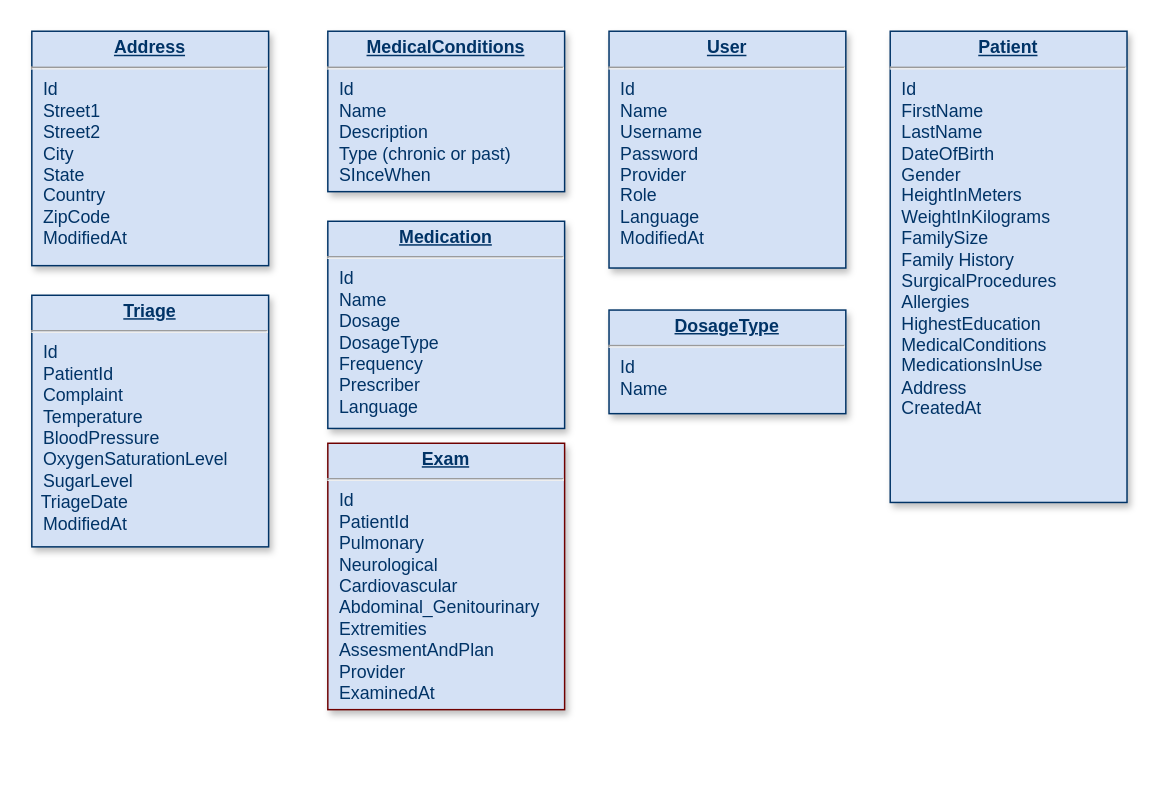
Above: AnnPrepareLavni.drawio in RicardoDeGenova/AnnPrepareLavni (draw.io), before the change. Source tidied: cells renumbered, new cells numbered last; positions are measured from the earlier drawing's top-left corner, leaving out a move shared by most shapes. Both pictures are drawn from the tidied source at 148%, with x=0, y=0 at pixel (31, 31).
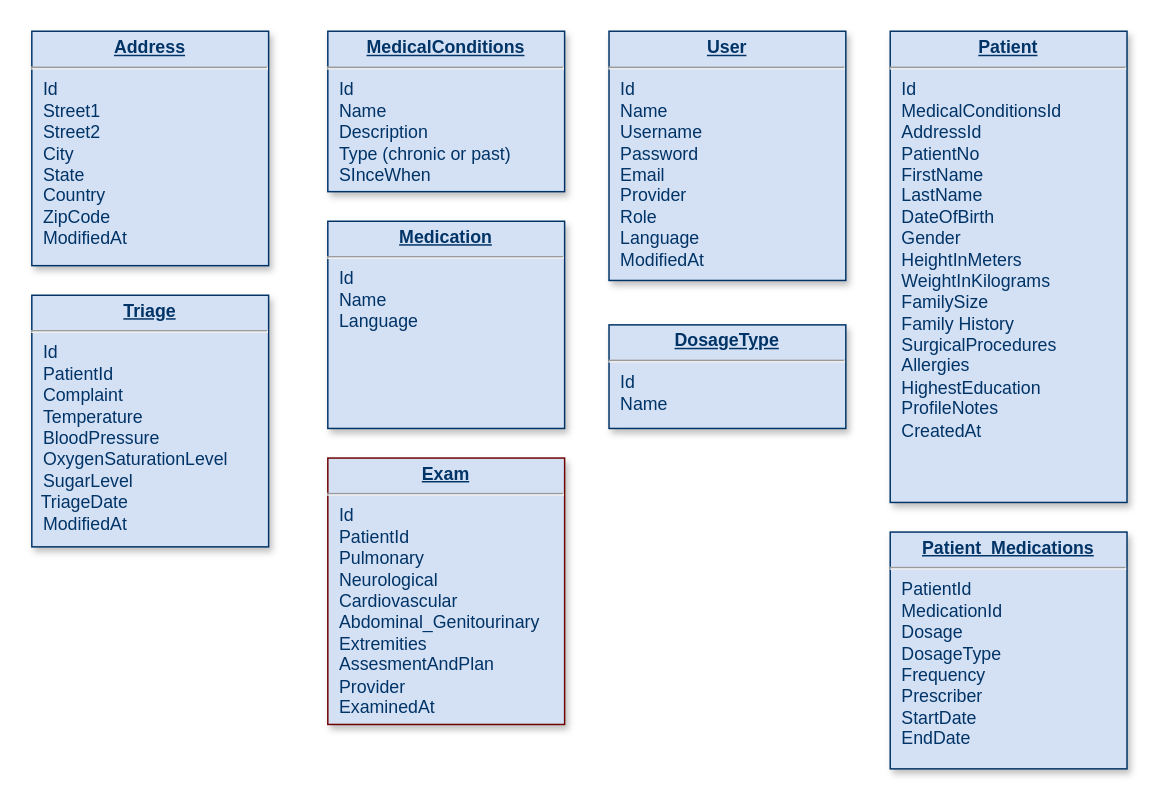
After the change.

Commit message (it also covers changes not shown here):
APL-9 add tables

The edit, as a diff of the source:
```diff
@@
 <mxGraphModel>
   <root>
     <mxCell id="0" />
     <mxCell id="1" parent="0" />
     <mxCell id="2" value="&lt;p style=&quot;margin: 4px 0px 0px; text-align: center;&quot;&gt;&lt;b&gt;&lt;u&gt;Address&lt;/u&gt;&lt;/b&gt;&lt;br&gt;&lt;/p&gt;&lt;hr&gt;&lt;p style=&quot;margin: 0px; margin-left: 8px;&quot;&gt;Id&lt;/p&gt;&lt;p style=&quot;margin: 0px; margin-left: 8px;&quot;&gt;Street1&lt;/p&gt;&lt;p style=&quot;margin: 0px; margin-left: 8px;&quot;&gt;Street2&lt;br&gt;&lt;/p&gt;&lt;p style=&quot;margin: 0px; margin-left: 8px;&quot;&gt;City&lt;/p&gt;&lt;p style=&quot;margin: 0px; margin-left: 8px;&quot;&gt;State&lt;/p&gt;&lt;p style=&quot;margin: 0px; margin-left: 8px;&quot;&gt;Country&lt;/p&gt;&lt;p style=&quot;margin: 0px; margin-left: 8px;&quot;&gt;ZipCode&lt;/p&gt;&lt;p style=&quot;margin: 0px; margin-left: 8px;&quot;&gt;ModifiedAt&lt;/p&gt;" style="verticalAlign=top;align=left;overflow=fill;fontSize=12;fontFamily=Helvetica;html=1;strokeColor=#003366;shadow=1;fillColor=#D4E1F5;fontColor=#003366;" parent="1" vertex="1">
       <mxGeometry y="-0.4" width="160" height="158.4" as="geometry" />
     </mxCell>
     <mxCell id="3" value="&lt;p style=&quot;margin: 4px 0px 0px; text-align: center;&quot;&gt;&lt;font color=&quot;#003366&quot;&gt;&lt;b&gt;&lt;u&gt;Exam&lt;/u&gt;&lt;/b&gt;&lt;br&gt;&lt;/font&gt;&lt;/p&gt;&lt;hr&gt;&lt;p style=&quot;margin: 0px; margin-left: 8px;&quot;&gt;&lt;span style=&quot;background-color: initial; color: rgb(0, 51, 102);&quot;&gt;Id&lt;/span&gt;&lt;/p&gt;&lt;p style=&quot;margin: 0px; margin-left: 8px;&quot;&gt;&lt;span style=&quot;background-color: initial; color: rgb(0, 51, 102);&quot;&gt;PatientId&lt;br&gt;Pulmonary&lt;/span&gt;&lt;br&gt;&lt;/p&gt;&lt;p style=&quot;margin: 0px; margin-left: 8px;&quot;&gt;&lt;span style=&quot;color: rgb(0, 51, 102); background-color: initial;&quot;&gt;Neurological&lt;/span&gt;&lt;br&gt;&lt;/p&gt;&lt;p style=&quot;margin: 0px; margin-left: 8px;&quot;&gt;&lt;span style=&quot;color: rgb(0, 51, 102); background-color: initial;&quot;&gt;Cardiovascular&lt;/span&gt;&lt;br&gt;&lt;/p&gt;&lt;p style=&quot;margin: 0px; margin-left: 8px;&quot;&gt;&lt;span style=&quot;color: rgb(0, 51, 102); background-color: initial;&quot;&gt;Abdominal_Genitourinary&lt;/span&gt;&lt;br&gt;&lt;/p&gt;&lt;p style=&quot;margin: 0px; margin-left: 8px;&quot;&gt;&lt;span style=&quot;color: rgb(0, 51, 102); background-color: initial;&quot;&gt;Extremities&lt;/span&gt;&lt;br&gt;&lt;/p&gt;&lt;p style=&quot;margin: 0px; margin-left: 8px;&quot;&gt;&lt;span style=&quot;color: rgb(0, 51, 102); background-color: initial;&quot;&gt;AssesmentAndPlan&lt;/span&gt;&lt;/p&gt;&lt;p style=&quot;margin: 0px; margin-left: 8px;&quot;&gt;&lt;span style=&quot;color: rgb(0, 51, 102); background-color: initial;&quot;&gt;Provider&lt;/span&gt;&lt;br&gt;&lt;/p&gt;&lt;p style=&quot;margin: 0px; margin-left: 8px;&quot;&gt;&lt;span style=&quot;color: rgb(0, 51, 102); background-color: initial;&quot;&gt;ExaminedAt&lt;/span&gt;&lt;br&gt;&lt;/p&gt;" style="verticalAlign=top;align=left;overflow=fill;fontSize=12;fontFamily=Helvetica;html=1;strokeColor=#6F0000;shadow=1;fillColor=#D4E1F5;fontColor=#ffffff;" parent="1" vertex="1">
-      <mxGeometry x="200" y="278" width="160" height="180" as="geometry" />
+      <mxGeometry x="200" y="288" width="160" height="180" as="geometry" />
     </mxCell>
     <mxCell id="4" value="&lt;p style=&quot;margin: 4px 0px 0px; text-align: center;&quot;&gt;&lt;b&gt;&lt;u&gt;MedicalConditions&lt;/u&gt;&lt;/b&gt;&lt;br&gt;&lt;/p&gt;&lt;hr&gt;&lt;p style=&quot;margin: 0px; margin-left: 8px;&quot;&gt;Id&lt;/p&gt;&lt;p style=&quot;margin: 0px; margin-left: 8px;&quot;&gt;Name&lt;/p&gt;&lt;p style=&quot;margin: 0px; margin-left: 8px;&quot;&gt;Description&lt;/p&gt;&lt;p style=&quot;margin: 0px; margin-left: 8px;&quot;&gt;Type (chronic or past)&lt;/p&gt;&lt;p style=&quot;margin: 0px; margin-left: 8px;&quot;&gt;SInceWhen&lt;/p&gt;" style="verticalAlign=top;align=left;overflow=fill;fontSize=12;fontFamily=Helvetica;html=1;strokeColor=#003366;shadow=1;fillColor=#D4E1F5;fontColor=#003366;" parent="1" vertex="1">
       <mxGeometry x="200" y="-0.4" width="160" height="108.4" as="geometry" />
     </mxCell>
-    <mxCell id="5" value="&lt;p style=&quot;margin: 4px 0px 0px; text-align: center;&quot;&gt;&lt;b&gt;&lt;u&gt;Medication&lt;/u&gt;&lt;/b&gt;&lt;br&gt;&lt;/p&gt;&lt;hr&gt;&lt;p style=&quot;margin: 0px; margin-left: 8px;&quot;&gt;Id&lt;/p&gt;&lt;p style=&quot;margin: 0px; margin-left: 8px;&quot;&gt;Name&lt;/p&gt;&lt;p style=&quot;margin: 0px; margin-left: 8px;&quot;&gt;Dosage&lt;/p&gt;&lt;p style=&quot;margin: 0px; margin-left: 8px;&quot;&gt;DosageType&lt;/p&gt;&lt;p style=&quot;margin: 0px; margin-left: 8px;&quot;&gt;Frequency&lt;/p&gt;&lt;p style=&quot;margin: 0px; margin-left: 8px;&quot;&gt;Prescriber&lt;/p&gt;&lt;p style=&quot;margin: 0px; margin-left: 8px;&quot;&gt;Language&lt;/p&gt;&lt;p style=&quot;margin: 0px; margin-left: 8px;&quot;&gt;&lt;br&gt;&lt;/p&gt;&lt;p style=&quot;margin: 0px; margin-left: 8px;&quot;&gt;&lt;br&gt;&lt;/p&gt;&lt;p style=&quot;margin: 0px; margin-left: 8px;&quot;&gt;&lt;br&gt;&lt;/p&gt;" style="verticalAlign=top;align=left;overflow=fill;fontSize=12;fontFamily=Helvetica;html=1;strokeColor=#003366;shadow=1;fillColor=#D4E1F5;fontColor=#003366;" parent="1" vertex="1">
+    <mxCell id="5" value="&lt;p style=&quot;margin: 4px 0px 0px; text-align: center;&quot;&gt;&lt;b&gt;&lt;u&gt;Medication&lt;/u&gt;&lt;/b&gt;&lt;br&gt;&lt;/p&gt;&lt;hr&gt;&lt;p style=&quot;margin: 0px; margin-left: 8px;&quot;&gt;Id&lt;/p&gt;&lt;p style=&quot;margin: 0px; margin-left: 8px;&quot;&gt;Name&lt;/p&gt;&lt;p style=&quot;margin: 0px; margin-left: 8px;&quot;&gt;Language&lt;/p&gt;&lt;p style=&quot;margin: 0px; margin-left: 8px;&quot;&gt;&lt;br&gt;&lt;/p&gt;&lt;p style=&quot;margin: 0px; margin-left: 8px;&quot;&gt;&lt;br&gt;&lt;/p&gt;&lt;p style=&quot;margin: 0px; margin-left: 8px;&quot;&gt;&lt;br&gt;&lt;/p&gt;" style="verticalAlign=top;align=left;overflow=fill;fontSize=12;fontFamily=Helvetica;html=1;strokeColor=#003366;shadow=1;fillColor=#D4E1F5;fontColor=#003366;" parent="1" vertex="1">
       <mxGeometry x="200" y="128" width="160" height="140" as="geometry" />
     </mxCell>
     <mxCell id="6" value="&lt;p style=&quot;margin: 4px 0px 0px; text-align: center;&quot;&gt;&lt;b&gt;&lt;u&gt;DosageType&lt;/u&gt;&lt;/b&gt;&lt;br&gt;&lt;/p&gt;&lt;hr&gt;&lt;p style=&quot;margin: 0px; margin-left: 8px;&quot;&gt;Id&lt;/p&gt;&lt;p style=&quot;margin: 0px; margin-left: 8px;&quot;&gt;Name&lt;/p&gt;" style="verticalAlign=top;align=left;overflow=fill;fontSize=12;fontFamily=Helvetica;html=1;strokeColor=#003366;shadow=1;fillColor=#D4E1F5;fontColor=#003366;" parent="1" vertex="1">
-      <mxGeometry x="390" y="188" width="160" height="70" as="geometry" />
+      <mxGeometry x="390" y="198" width="160" height="70" as="geometry" />
     </mxCell>
-    <mxCell id="7" value="&lt;p style=&quot;margin: 4px 0px 0px; text-align: center;&quot;&gt;&lt;b&gt;&lt;u&gt;Patient&lt;/u&gt;&lt;/b&gt;&lt;br&gt;&lt;/p&gt;&lt;hr&gt;&lt;p style=&quot;margin: 0px; margin-left: 8px;&quot;&gt;Id&lt;/p&gt;&lt;p style=&quot;margin: 0px; margin-left: 8px;&quot;&gt;FirstName&lt;/p&gt;&lt;p style=&quot;margin: 0px; margin-left: 8px;&quot;&gt;LastName&lt;/p&gt;&lt;p style=&quot;margin: 0px; margin-left: 8px;&quot;&gt;DateOfBirth&lt;/p&gt;&lt;p style=&quot;margin: 0px; margin-left: 8px;&quot;&gt;Gender&lt;/p&gt;&lt;p style=&quot;margin: 0px; margin-left: 8px;&quot;&gt;HeightInMeters&lt;/p&gt;&lt;p style=&quot;margin: 0px; margin-left: 8px;&quot;&gt;WeightInKilograms&lt;/p&gt;&lt;p style=&quot;margin: 0px; margin-left: 8px;&quot;&gt;FamilySize&lt;/p&gt;&lt;p style=&quot;margin: 0px; margin-left: 8px;&quot;&gt;Family History&lt;/p&gt;&lt;p style=&quot;margin: 0px; margin-left: 8px;&quot;&gt;SurgicalProcedures&lt;/p&gt;&lt;p style=&quot;margin: 0px; margin-left: 8px;&quot;&gt;Allergies&lt;/p&gt;&lt;p style=&quot;margin: 0px; margin-left: 8px;&quot;&gt;HighestEducation&lt;/p&gt;&lt;p style=&quot;margin: 0px; margin-left: 8px;&quot;&gt;MedicalConditions&lt;/p&gt;&lt;p style=&quot;margin: 0px; margin-left: 8px;&quot;&gt;&lt;span style=&quot;background-color: initial;&quot;&gt;MedicationsInUse&lt;/span&gt;&lt;br&gt;&lt;/p&gt;&lt;p style=&quot;margin: 0px; margin-left: 8px;&quot;&gt;Address&amp;nbsp;&lt;br&gt;&lt;/p&gt;&lt;p style=&quot;margin: 0px; margin-left: 8px;&quot;&gt;CreatedAt&amp;nbsp;&lt;/p&gt;" style="verticalAlign=top;align=left;overflow=fill;fontSize=12;fontFamily=Helvetica;html=1;strokeColor=#003366;shadow=1;fillColor=#D4E1F5;fontColor=#003366;" parent="1" vertex="1">
+    <mxCell id="7" value="&lt;p style=&quot;margin: 4px 0px 0px; text-align: center;&quot;&gt;&lt;b&gt;&lt;u&gt;Patient&lt;/u&gt;&lt;/b&gt;&lt;br&gt;&lt;/p&gt;&lt;hr&gt;&lt;p style=&quot;margin: 0px; margin-left: 8px;&quot;&gt;Id&lt;/p&gt;&lt;p style=&quot;margin: 0px; margin-left: 8px;&quot;&gt;&lt;span style=&quot;background-color: initial;&quot;&gt;MedicalConditionsId&lt;/span&gt;&lt;br&gt;&lt;/p&gt;&lt;p style=&quot;margin: 0px; margin-left: 8px;&quot;&gt;AddressId&lt;span style=&quot;background-color: initial;&quot;&gt;&lt;br&gt;&lt;/span&gt;&lt;/p&gt;&lt;p style=&quot;margin: 0px; margin-left: 8px;&quot;&gt;PatientNo&lt;/p&gt;&lt;p style=&quot;margin: 0px; margin-left: 8px;&quot;&gt;FirstName&lt;/p&gt;&lt;p style=&quot;margin: 0px; margin-left: 8px;&quot;&gt;LastName&lt;/p&gt;&lt;p style=&quot;margin: 0px; margin-left: 8px;&quot;&gt;DateOfBirth&lt;/p&gt;&lt;p style=&quot;margin: 0px; margin-left: 8px;&quot;&gt;Gender&lt;/p&gt;&lt;p style=&quot;margin: 0px; margin-left: 8px;&quot;&gt;HeightInMeters&lt;/p&gt;&lt;p style=&quot;margin: 0px; margin-left: 8px;&quot;&gt;WeightInKilograms&lt;/p&gt;&lt;p style=&quot;margin: 0px; margin-left: 8px;&quot;&gt;FamilySize&lt;/p&gt;&lt;p style=&quot;margin: 0px; margin-left: 8px;&quot;&gt;Family History&lt;/p&gt;&lt;p style=&quot;margin: 0px; margin-left: 8px;&quot;&gt;SurgicalProcedures&lt;/p&gt;&lt;p style=&quot;margin: 0px; margin-left: 8px;&quot;&gt;Allergies&lt;/p&gt;&lt;p style=&quot;margin: 0px; margin-left: 8px;&quot;&gt;HighestEducation&lt;/p&gt;&lt;p style=&quot;margin: 0px; margin-left: 8px;&quot;&gt;&lt;span style=&quot;background-color: initial;&quot;&gt;ProfileNotes&lt;/span&gt;&lt;/p&gt;&lt;p style=&quot;margin: 0px; margin-left: 8px;&quot;&gt;CreatedAt&amp;nbsp;&lt;/p&gt;" style="verticalAlign=top;align=left;overflow=fill;fontSize=12;fontFamily=Helvetica;html=1;strokeColor=#003366;shadow=1;fillColor=#D4E1F5;fontColor=#003366;" parent="1" vertex="1">
       <mxGeometry x="580" y="-0.4" width="160" height="318.4" as="geometry" />
     </mxCell>
-    <mxCell id="8" value="&lt;p style=&quot;margin: 4px 0px 0px; text-align: center;&quot;&gt;&lt;b&gt;&lt;u&gt;User&lt;/u&gt;&lt;/b&gt;&lt;br&gt;&lt;/p&gt;&lt;hr&gt;&lt;p style=&quot;margin: 0px; margin-left: 8px;&quot;&gt;Id&lt;/p&gt;&lt;p style=&quot;margin: 0px; margin-left: 8px;&quot;&gt;Name&lt;/p&gt;&lt;p style=&quot;margin: 0px; margin-left: 8px;&quot;&gt;Username&lt;br&gt;&lt;/p&gt;&lt;p style=&quot;margin: 0px; margin-left: 8px;&quot;&gt;Password&lt;/p&gt;&lt;p style=&quot;margin: 0px; margin-left: 8px;&quot;&gt;Provider&lt;/p&gt;&lt;p style=&quot;margin: 0px; margin-left: 8px;&quot;&gt;Role&lt;/p&gt;&lt;p style=&quot;margin: 0px; margin-left: 8px;&quot;&gt;Language&lt;/p&gt;&lt;p style=&quot;margin: 0px; margin-left: 8px;&quot;&gt;ModifiedAt&lt;/p&gt;" style="verticalAlign=top;align=left;overflow=fill;fontSize=12;fontFamily=Helvetica;html=1;strokeColor=#003366;shadow=1;fillColor=#D4E1F5;fontColor=#003366;" parent="1" vertex="1">
-      <mxGeometry x="390" y="-0.4" width="160" height="160" as="geometry" />
+    <mxCell id="8" value="&lt;p style=&quot;margin: 4px 0px 0px; text-align: center;&quot;&gt;&lt;b&gt;&lt;u&gt;User&lt;/u&gt;&lt;/b&gt;&lt;br&gt;&lt;/p&gt;&lt;hr&gt;&lt;p style=&quot;margin: 0px; margin-left: 8px;&quot;&gt;Id&lt;/p&gt;&lt;p style=&quot;margin: 0px; margin-left: 8px;&quot;&gt;Name&lt;/p&gt;&lt;p style=&quot;margin: 0px; margin-left: 8px;&quot;&gt;Username&lt;br&gt;&lt;/p&gt;&lt;p style=&quot;margin: 0px; margin-left: 8px;&quot;&gt;Password&lt;/p&gt;&lt;p style=&quot;margin: 0px; margin-left: 8px;&quot;&gt;Email&lt;/p&gt;&lt;p style=&quot;margin: 0px; margin-left: 8px;&quot;&gt;Provider&lt;/p&gt;&lt;p style=&quot;margin: 0px; margin-left: 8px;&quot;&gt;Role&lt;/p&gt;&lt;p style=&quot;margin: 0px; margin-left: 8px;&quot;&gt;Language&lt;/p&gt;&lt;p style=&quot;margin: 0px; margin-left: 8px;&quot;&gt;ModifiedAt&lt;/p&gt;" style="verticalAlign=top;align=left;overflow=fill;fontSize=12;fontFamily=Helvetica;html=1;strokeColor=#003366;shadow=1;fillColor=#D4E1F5;fontColor=#003366;" parent="1" vertex="1">
+      <mxGeometry x="390" y="-0.4" width="160" height="168.4" as="geometry" />
     </mxCell>
     <mxCell id="9" value="&lt;p style=&quot;margin: 4px 0px 0px; text-align: center;&quot;&gt;&lt;b&gt;&lt;u&gt;Triage&lt;/u&gt;&lt;/b&gt;&lt;br&gt;&lt;/p&gt;&lt;hr&gt;&lt;p style=&quot;margin: 0px; margin-left: 8px;&quot;&gt;Id&lt;/p&gt;&lt;p style=&quot;margin: 0px; margin-left: 8px;&quot;&gt;PatientId&lt;/p&gt;&lt;p style=&quot;margin: 0px; margin-left: 8px;&quot;&gt;Complaint&lt;/p&gt;&lt;p style=&quot;margin: 0px; margin-left: 8px;&quot;&gt;Temperature&lt;/p&gt;&lt;p style=&quot;margin: 0px; margin-left: 8px;&quot;&gt;BloodPressure&amp;nbsp;&lt;/p&gt;&lt;p style=&quot;margin: 0px; margin-left: 8px;&quot;&gt;OxygenSaturationLevel&lt;/p&gt;&lt;p style=&quot;margin: 0px; margin-left: 8px;&quot;&gt;SugarLevel&amp;nbsp;&amp;nbsp;&lt;br&gt;&lt;/p&gt;&amp;nbsp; TriageDate&lt;p style=&quot;margin: 0px; margin-left: 8px;&quot;&gt;ModifiedAt&lt;/p&gt;" style="verticalAlign=top;align=left;overflow=fill;fontSize=12;fontFamily=Helvetica;html=1;strokeColor=#003366;shadow=1;fillColor=#D4E1F5;fontColor=#003366;" parent="1" vertex="1">
       <mxGeometry y="178" width="160" height="170" as="geometry" />
     </mxCell>
+    <mxCell id="10" value="&lt;p style=&quot;margin: 4px 0px 0px; text-align: center;&quot;&gt;&lt;b&gt;&lt;u&gt;Patient_Medications&lt;/u&gt;&lt;/b&gt;&lt;br&gt;&lt;/p&gt;&lt;hr&gt;&lt;p style=&quot;margin: 0px; margin-left: 8px;&quot;&gt;&lt;span style=&quot;background-color: initial;&quot;&gt;PatientId&lt;/span&gt;&lt;/p&gt;&lt;p style=&quot;margin: 0px; margin-left: 8px;&quot;&gt;&lt;span style=&quot;background-color: initial;&quot;&gt;MedicationId&lt;/span&gt;&lt;/p&gt;&lt;p style=&quot;margin: 0px 0px 0px 8px;&quot;&gt;Dosage&lt;/p&gt;&lt;p style=&quot;margin: 0px 0px 0px 8px;&quot;&gt;DosageType&lt;/p&gt;&lt;p style=&quot;margin: 0px 0px 0px 8px;&quot;&gt;Frequency&lt;/p&gt;&lt;p style=&quot;margin: 0px 0px 0px 8px;&quot;&gt;Prescriber&lt;br&gt;&lt;/p&gt;&lt;p style=&quot;margin: 0px 0px 0px 8px;&quot;&gt;StartDate&lt;br&gt;EndDate&lt;/p&gt;" style="verticalAlign=top;align=left;overflow=fill;fontSize=12;fontFamily=Helvetica;html=1;strokeColor=#003366;shadow=1;fillColor=#D4E1F5;fontColor=#003366;" parent="1" vertex="1">
+      <mxGeometry x="580" y="338" width="160" height="160" as="geometry" />
+    </mxCell>
   </root>
 </mxGraphModel>
```
